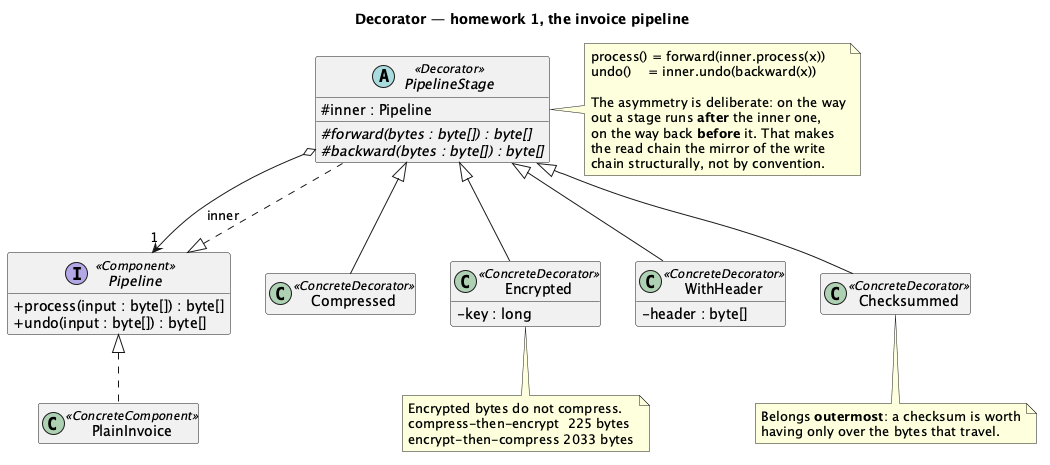
Earlier version of the PlantUML export src/main/java/dev/kaldiroglu/dp/structural/decorator/hw/invoicepipeline/uml/decorator-hw-invoicepipeline-class-diagram.png (kaldiroglu/DesignPatternsWithJava). Its source is kept beside it as src/main/java/dev/kaldiroglu/dp/structural/decorator/hw/invoicepipeline/uml/decorator-hw-invoicepipeline-class-diagram.puml. Its diagram source:
```plantuml
@startuml "decorator-hw-invoicepipeline-class-diagram"
skinparam classAttributeIconSize 0
hide empty members
title Decorator — homework 1, the invoice pipeline


interface Pipeline <<Component>> {
  + process(input : byte[]) : byte[]
  + undo(input : byte[]) : byte[]
}

class PlainInvoice <<ConcreteComponent>>

abstract class PipelineStage <<Decorator>> {
  # inner : Pipeline
  # {abstract} forward(bytes : byte[]) : byte[]
  # {abstract} backward(bytes : byte[]) : byte[]
}

class Compressed <<ConcreteDecorator>>
class Encrypted <<ConcreteDecorator>> {
  - key : long
}
class WithHeader <<ConcreteDecorator>> {
  - header : byte[]
}
class Checksummed <<ConcreteDecorator>>

Pipeline <|.. PlainInvoice
Pipeline <|.. PipelineStage
PipelineStage o--> "1" Pipeline : inner
PipelineStage <|-- Compressed
PipelineStage <|-- Encrypted
PipelineStage <|-- WithHeader
PipelineStage <|-- Checksummed

note right of PipelineStage
  process() = forward(inner.process(x))
  undo()    = inner.undo(backward(x))

  The asymmetry is deliberate: on the way
  out a stage runs <b>after</b> the inner one,
  on the way back <b>before</b> it. That makes
  the read chain the mirror of the write
  chain structurally, not by convention.
end note

note bottom of Checksummed
  Belongs <b>outermost</b>: a checksum is worth
  having only over the bytes that travel.
end note

note bottom of Encrypted
  Encrypted bytes do not compress.
  compress-then-encrypt  225 bytes
  encrypt-then-compress 2033 bytes
end note

@enduml
```
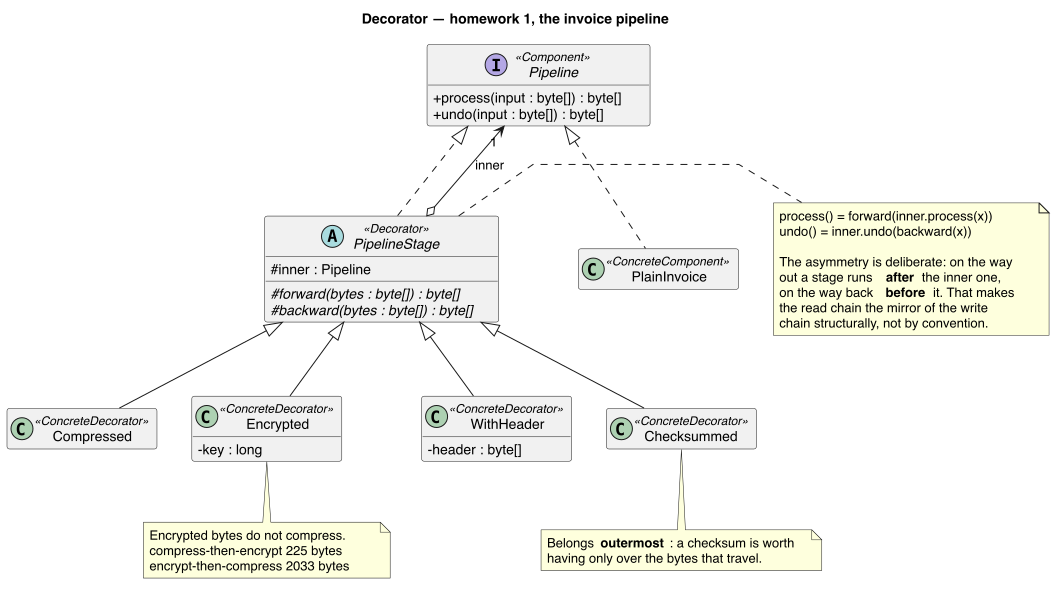
After the change.

The edit, as a diff of the source:
```diff
@@ -1,4 +1,12 @@
 @startuml "decorator-hw-invoicepipeline-class-diagram"
+skinparam linetype polyline
+skinparam class {
+  BackgroundColor<<spacer>> transparent
+  BorderColor<<spacer>> transparent
+  FontColor<<spacer>> transparent
+}
+hide <<spacer>> stereotype
+hide <<spacer>> circle
 skinparam classAttributeIconSize 0
 hide empty members
 title Decorator — homework 1, the invoice pipeline
@@ -28,7 +36,6 @@
 
 Pipeline <|.. PlainInvoice
 Pipeline <|.. PipelineStage
-PipelineStage o--> "1" Pipeline : inner
 PipelineStage <|-- Compressed
 PipelineStage <|-- Encrypted
 PipelineStage <|-- WithHeader
@@ -56,4 +63,17 @@
   encrypt-then-compress 2033 bytes
 end note
 
+class " " as Spacer1 <<spacer>>
+Pipeline -[hidden]- Spacer1
+Pipeline -[hidden]- Spacer1
+PipelineStage -[hidden]right- Spacer1
+Spacer1 -[hidden]right- PlainInvoice
+class " " as Spacer2 <<spacer>>
+PipelineStage -[hidden]- Spacer2
+PipelineStage -[hidden]- Spacer2
+Compressed -[hidden]right- Encrypted
+Encrypted -[hidden]right- Spacer2
+Spacer2 -[hidden]right- WithHeader
+WithHeader -[hidden]right- Checksummed
+PipelineStage o-[norank]-> "1" Pipeline : inner
 @enduml
```
